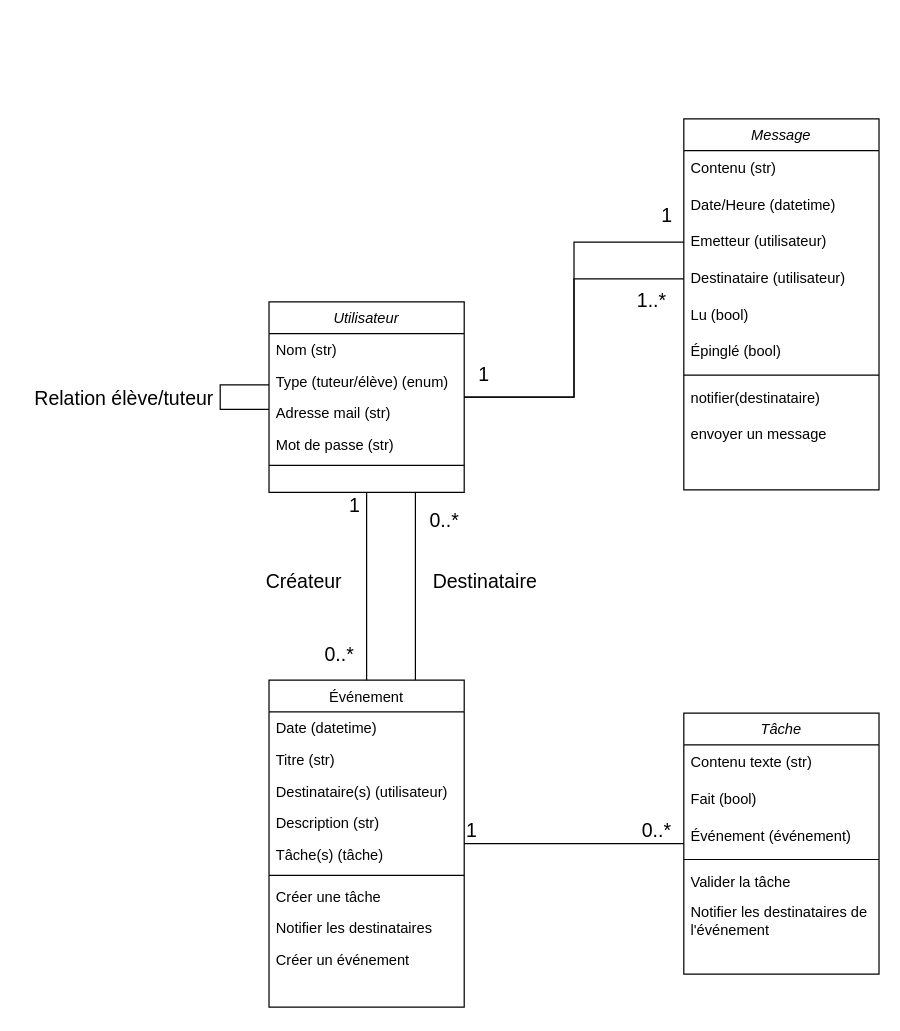
This is OC3-UML-Homeskolar-class-diag.drawio from AlyxEugenot/OC-Courses, a draw.io file, before an edit. Source tidied: cells renumbered, new cells numbered last; positions are measured from the earlier drawing's top-left corner, leaving out a move shared by most shapes. Both pictures are drawn from the tidied source at 122%, with x=0, y=0 at pixel (220, 118).
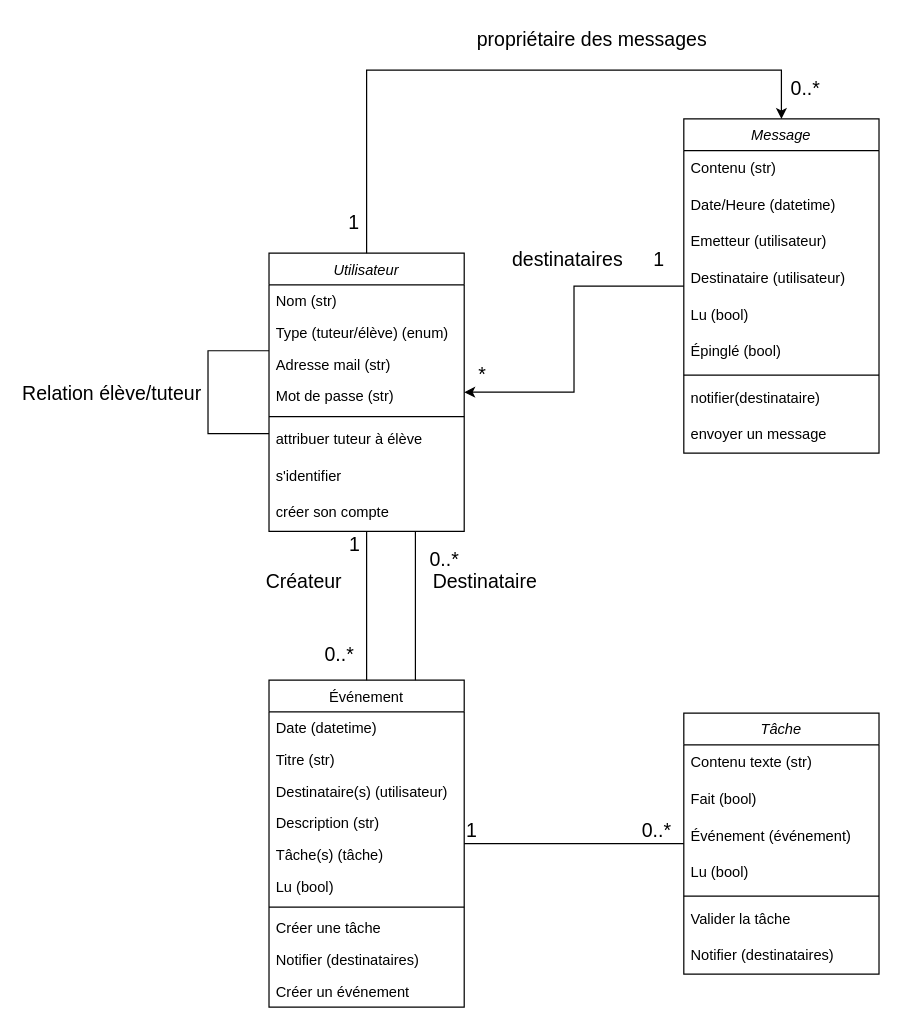
Above is the later version.

The change refers to these unchanged cells:
```xml
<mxCell id="8" value="Événement" style="swimlane;fontStyle=0;align=center;verticalAlign=top;horizontal=1;startSize=26;rounded=0;shadow=0;strokeWidth=1;" parent="1" vertex="1">
  <mxGeometry x="40" y="460" width="160" height="268" as="geometry" />
</mxCell>
<mxCell id="21" value="Emetteur (utilisateur)" style="text;strokeColor=none;fillColor=none;align=left;verticalAlign=middle;spacingLeft=4;spacingRight=4;overflow=hidden;points=[[0,0.5],[1,0.5]];portConstraint=eastwest;whiteSpace=wrap;html=1;" parent="18" vertex="1">
  <mxGeometry y="86" width="160" height="30" as="geometry" />
</mxCell>
<mxCell id="22" value="Destinataire (utilisateur)" style="text;strokeColor=none;fillColor=none;align=left;verticalAlign=middle;spacingLeft=4;spacingRight=4;overflow=hidden;points=[[0,0.5],[1,0.5]];portConstraint=eastwest;whiteSpace=wrap;html=1;" parent="18" vertex="1">
  <mxGeometry y="116" width="160" height="30" as="geometry" />
</mxCell>
<mxCell id="28" value="Tâche" style="swimlane;fontStyle=2;align=center;verticalAlign=top;horizontal=1;startSize=26;rounded=0;shadow=0;strokeWidth=1;" parent="1" vertex="1">
  <mxGeometry x="380" y="487" width="160" height="214" as="geometry" />
</mxCell>
```

Change to the diagram source:
```diff
@@
     <mxCell id="2" value="Utilisateur" style="swimlane;fontStyle=2;align=center;verticalAlign=top;horizontal=1;startSize=26;rounded=0;shadow=0;strokeWidth=1;" parent="1" vertex="1">
-      <mxGeometry x="40" y="150" width="160" height="156" as="geometry" />
+      <mxGeometry x="40" y="110" width="160" height="228" as="geometry" />
     </mxCell>
@@
+    <mxCell id="52" value="attribuer tuteur à élève" style="text;strokeColor=none;fillColor=none;align=left;verticalAlign=middle;spacingLeft=4;spacingRight=4;overflow=hidden;whiteSpace=wrap;html=1;" parent="2" vertex="1">
+      <mxGeometry y="138" width="160" height="30" as="geometry" />
+    </mxCell>
+    <mxCell id="53" value="s'identifier" style="text;strokeColor=none;fillColor=none;align=left;verticalAlign=middle;spacingLeft=4;spacingRight=4;overflow=hidden;whiteSpace=wrap;html=1;" parent="2" vertex="1">
+      <mxGeometry y="168" width="160" height="30" as="geometry" />
+    </mxCell>
+    <mxCell id="54" value="créer son compte" style="text;strokeColor=none;fillColor=none;align=left;verticalAlign=middle;spacingLeft=4;spacingRight=4;overflow=hidden;whiteSpace=wrap;html=1;" parent="2" vertex="1">
+      <mxGeometry y="198" width="160" height="30" as="geometry" />
+    </mxCell>
@@
+    <mxCell id="55" value="Lu (bool)" style="text;align=left;verticalAlign=top;spacingLeft=4;spacingRight=4;overflow=hidden;rounded=0;shadow=0;html=0;" parent="8" vertex="1">
+      <mxGeometry y="156" width="160" height="26" as="geometry" />
+    </mxCell>
     <mxCell id="14" style="line;strokeWidth=1;fillColor=none;align=left;verticalAlign=middle;spacingTop=-1;spacingLeft=3;spacingRight=3;labelPosition=right;strokeColor=inherit;" parent="8" vertex="1">
-      <mxGeometry y="156" width="160" height="8" as="geometry" />
+      <mxGeometry y="182" width="160" height="8" as="geometry" />
     </mxCell>
     <mxCell id="15" value="Créer une tâche" style="text;align=left;verticalAlign=top;spacingLeft=4;spacingRight=4;overflow=hidden;rounded=0;shadow=0;html=0;" parent="8" vertex="1">
-      <mxGeometry y="164" width="160" height="26" as="geometry" />
+      <mxGeometry y="190" width="160" height="26" as="geometry" />
     </mxCell>
-    <mxCell id="16" value="Notifier les destinataires" style="text;align=left;verticalAlign=top;spacingLeft=4;spacingRight=4;overflow=hidden;rounded=0;shadow=0;html=0;" parent="8" vertex="1">
-      <mxGeometry y="190" width="160" height="26" as="geometry" />
+    <mxCell id="16" value="Notifier (destinataires)" style="text;align=left;verticalAlign=top;spacingLeft=4;spacingRight=4;overflow=hidden;rounded=0;shadow=0;html=0;" parent="8" vertex="1">
+      <mxGeometry y="216" width="160" height="26" as="geometry" />
     </mxCell>
     <mxCell id="17" value="Créer un événement" style="text;align=left;verticalAlign=top;spacingLeft=4;spacingRight=4;overflow=hidden;rounded=0;shadow=0;html=0;" parent="8" vertex="1">
-      <mxGeometry y="216" width="160" height="26" as="geometry" />
+      <mxGeometry y="242" width="160" height="26" as="geometry" />
     </mxCell>
+    <mxCell id="56" style="edgeStyle=orthogonalEdgeStyle;rounded=0;jettySize=auto;html=1;" parent="1" edge="1" source="18" target="2">
+      <mxGeometry relative="1" as="geometry" />
+    </mxCell>
     <mxCell id="18" value="Message" style="swimlane;fontStyle=2;align=center;verticalAlign=top;horizontal=1;startSize=26;rounded=0;shadow=0;strokeWidth=1;" parent="1" vertex="1">
-      <mxGeometry x="380" width="160" height="304" as="geometry" />
+      <mxGeometry x="380" width="160" height="274" as="geometry" />
     </mxCell>
@@
+    <mxCell id="57" value="Lu (bool)" style="text;strokeColor=none;fillColor=none;align=left;verticalAlign=middle;spacingLeft=4;spacingRight=4;overflow=hidden;whiteSpace=wrap;html=1;" parent="28" vertex="1">
+      <mxGeometry y="116" width="160" height="30" as="geometry" />
+    </mxCell>
     <mxCell id="32" style="line;strokeWidth=1;fillColor=none;align=left;verticalAlign=middle;spacingTop=-1;spacingLeft=3;spacingRight=3;labelPosition=right;strokeColor=inherit;" parent="28" vertex="1">
-      <mxGeometry y="116" width="160" height="8" as="geometry" />
+      <mxGeometry y="146" width="160" height="8" as="geometry" />
     </mxCell>
     <mxCell id="33" value="Valider la tâche" style="text;strokeColor=none;fillColor=none;align=left;verticalAlign=middle;spacingLeft=4;spacingRight=4;overflow=hidden;whiteSpace=wrap;html=1;" parent="28" vertex="1">
-      <mxGeometry y="124" width="160" height="30" as="geometry" />
+      <mxGeometry y="154" width="160" height="30" as="geometry" />
     </mxCell>
-    <mxCell id="34" value="Notifier les destinataires de l'événement" style="text;strokeColor=none;fillColor=none;align=left;verticalAlign=middle;spacingLeft=4;spacingRight=4;overflow=hidden;whiteSpace=wrap;html=1;" parent="28" vertex="1">
-      <mxGeometry y="154" width="160" height="30" as="geometry" />
+    <mxCell id="34" value="&lt;div&gt;Notifier (destinataires)&lt;/div&gt;" style="text;strokeColor=none;fillColor=none;align=left;verticalAlign=middle;spacingLeft=4;spacingRight=4;overflow=hidden;whiteSpace=wrap;html=1;" parent="28" vertex="1">
+      <mxGeometry y="184" width="160" height="30" as="geometry" />
     </mxCell>
@@
     <mxCell id="38" style="endArrow=none;html=1;rounded=0;endFill=0;edgeStyle=orthogonalEdgeStyle;" parent="1" edge="1" source="2" target="2">
       <mxGeometry relative="1" as="geometry">
         <Array as="points">
-          <mxPoint y="228" />
+          <mxPoint x="-10" y="190" />
         </Array>
       </mxGeometry>
     </mxCell>
@@
-    <mxCell id="44" style="endArrow=none;html=1;rounded=0;edgeStyle=elbowEdgeStyle;endFill=0;" parent="1" edge="1" source="2" target="21">
-      <mxGeometry relative="1" as="geometry" />
-    </mxCell>
-    <mxCell id="45" style="endArrow=none;html=1;rounded=0;edgeStyle=elbowEdgeStyle;endFill=0;" parent="1" edge="1" source="2" target="22">
-      <mxGeometry relative="1" as="geometry" />
-    </mxCell>
-    <mxCell id="46" value="1" style="edgeLabel;html=1;align=left;verticalAlign=bottom;fontSize=16;" parent="1" vertex="1">
+    <mxCell id="46" value="*" style="edgeLabel;html=1;align=left;verticalAlign=bottom;fontSize=16;" parent="1" vertex="1">
       <mxGeometry x="210" y="220" as="geometry" />
     </mxCell>
@@
-    <mxCell id="50" value="1" style="edgeLabel;html=1;align=left;verticalAlign=bottom;fontSize=16;" parent="1" vertex="1">
-      <mxGeometry x="360" y="90" as="geometry" />
-    </mxCell>
-    <mxCell id="51" value="1..*" style="edgeLabel;html=1;align=left;verticalAlign=bottom;fontSize=16;" parent="1" vertex="1">
-      <mxGeometry x="340" y="160" as="geometry" />
-    </mxCell>
+    <mxCell id="58" style="edgeStyle=orthogonalEdgeStyle;rounded=0;jettySize=auto;html=1;" parent="1" edge="1" source="2" target="18">
+      <mxGeometry relative="1" as="geometry">
+        <Array as="points">
+          <mxPoint x="120" y="-40" />
+          <mxPoint x="460" y="-40" />
+        </Array>
+      </mxGeometry>
+    </mxCell>
+    <mxCell id="59" value="propriétaire des messages" style="text;html=1;align=center;verticalAlign=middle;whiteSpace=wrap;rounded=0;fontSize=16;" parent="1" vertex="1">
+      <mxGeometry x="180" y="-80" width="250" height="30" as="geometry" />
+    </mxCell>
+    <mxCell id="60" value="0..*" style="text;html=1;align=center;verticalAlign=middle;whiteSpace=wrap;rounded=0;fontSize=16;" parent="1" vertex="1">
+      <mxGeometry x="450" y="-40" width="60" height="30" as="geometry" />
+    </mxCell>
+    <mxCell id="61" value="1" style="text;html=1;align=center;verticalAlign=middle;whiteSpace=wrap;rounded=0;fontSize=16;" parent="1" vertex="1">
+      <mxGeometry x="100" y="70" width="20" height="30" as="geometry" />
+    </mxCell>
+    <mxCell id="62" value="1" style="text;html=1;align=center;verticalAlign=middle;whiteSpace=wrap;rounded=0;fontSize=16;" parent="1" vertex="1">
+      <mxGeometry x="350" y="100" width="20" height="30" as="geometry" />
+    </mxCell>
+    <mxCell id="63" value="destinataires" style="text;html=1;align=center;verticalAlign=middle;whiteSpace=wrap;rounded=0;fontSize=16;" parent="1" vertex="1">
+      <mxGeometry x="230" y="100" width="110" height="30" as="geometry" />
+    </mxCell>
```
